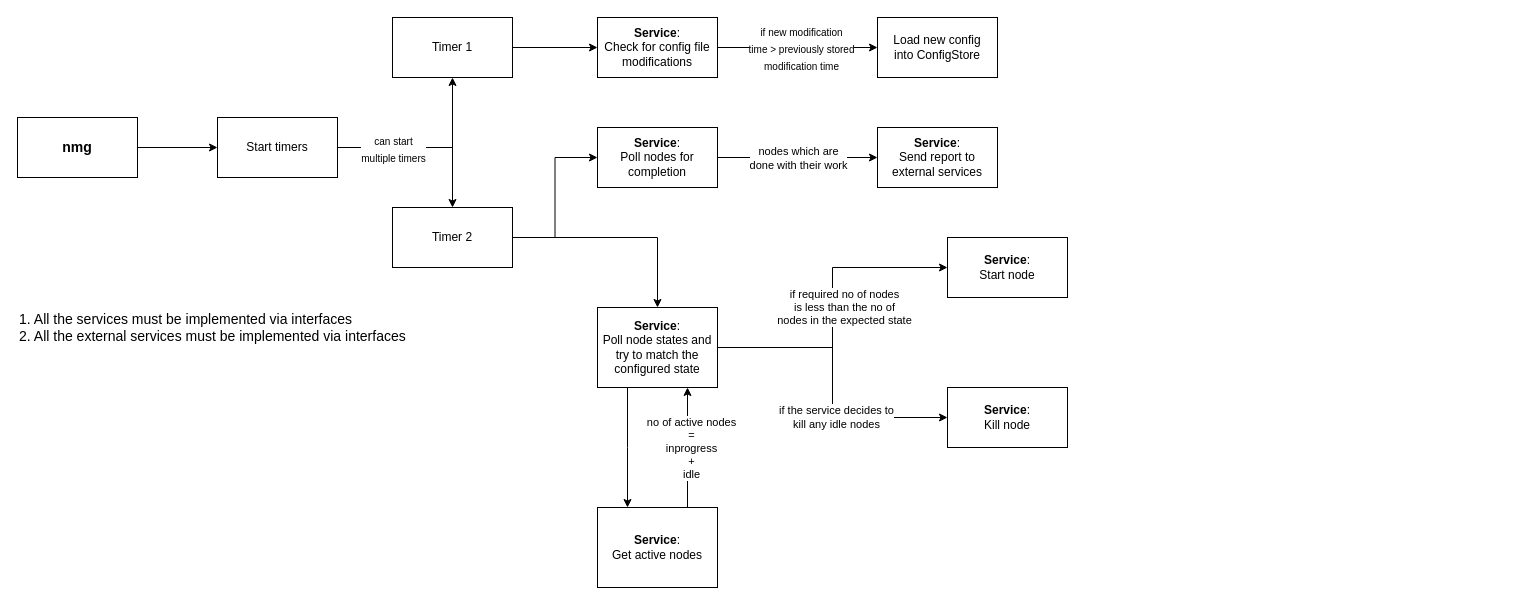
Above: page "Page-1" (1 of 2) of docs/node_manager.drawio in sazid/node_manager (draw.io), before the change. Source tidied: cells renumbered, new cells numbered last; positions are measured from the earlier drawing's top-left corner, leaving out a move shared by most shapes. Both pictures are drawn from the tidied source at 100%, with x=0, y=0 at pixel (17, 17).
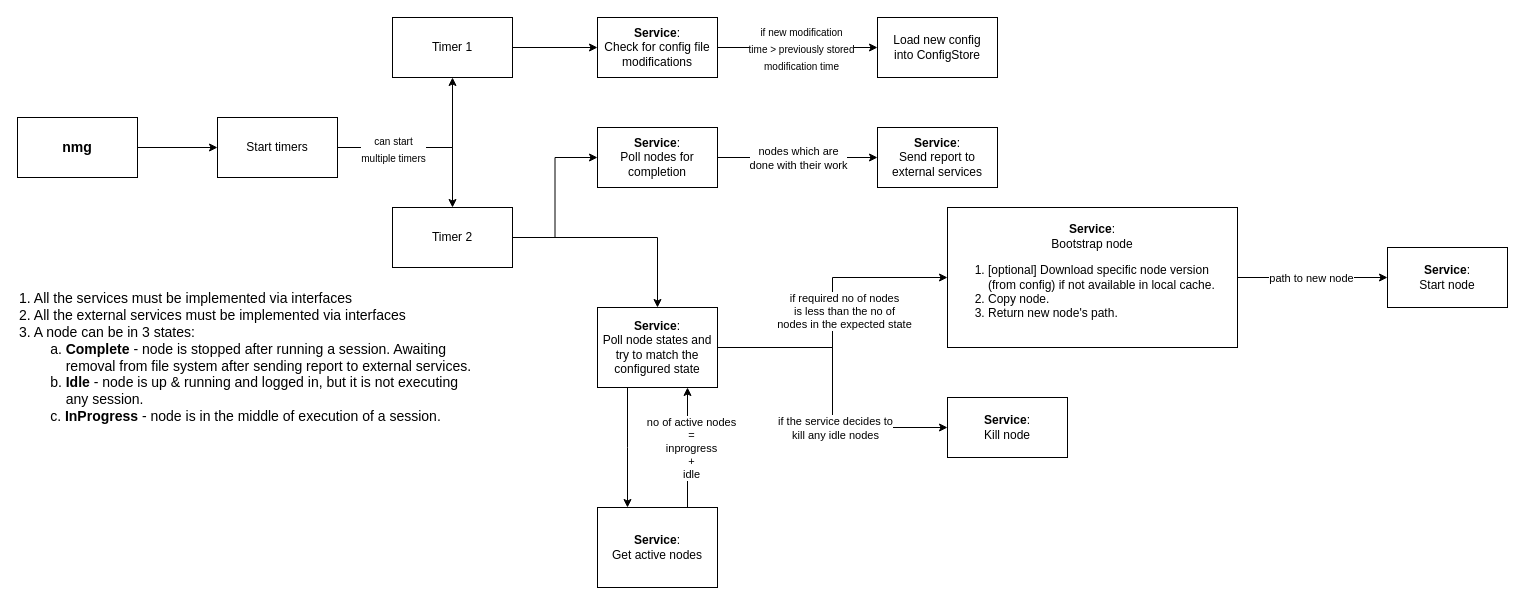
Above is the later version.

Commit message (it also covers changes not shown here):
add skeleton for two new services

Change to the diagram source:
```diff
@@
+    <mxCell id="33" style="edgeStyle=orthogonalEdgeStyle;rounded=0;jettySize=auto;html=1;" parent="1" edge="1" source="27" target="35">
+      <mxGeometry relative="1" as="geometry">
+        <Array as="points">
+          <mxPoint x="1140" y="260" />
+          <mxPoint x="1140" y="260" />
+        </Array>
+      </mxGeometry>
+    </mxCell>
+    <mxCell id="34" value="path to new node" style="edgeLabel;html=1;align=center;verticalAlign=middle;" parent="33" vertex="1">
+      <mxGeometry x="-0.28" y="2" relative="1" as="geometry">
+        <mxPoint x="19" y="2" as="offset" />
+      </mxGeometry>
+    </mxCell>
-    <mxCell id="27" value="&lt;b&gt;Service&lt;/b&gt;:&lt;br&gt;Start node" style="rounded=0;whiteSpace=wrap;html=1;" parent="1" vertex="1">
-      <mxGeometry x="930" y="220" width="120" height="60" as="geometry" />
+    <mxCell id="27" value="&lt;b&gt;Service&lt;/b&gt;:&lt;br&gt;Bootstrap node&lt;br&gt;&lt;div style=&quot;text-align: left&quot;&gt;&lt;ol&gt;&lt;li&gt;&lt;span&gt;[optional] Download specific node version (from config) if not available in local cache.&lt;/span&gt;&lt;/li&gt;&lt;li&gt;&lt;span&gt;Copy node.&lt;/span&gt;&lt;/li&gt;&lt;li&gt;&lt;span&gt;Return new node's path.&lt;/span&gt;&lt;/li&gt;&lt;/ol&gt;&lt;/div&gt;" style="rounded=0;whiteSpace=wrap;html=1;" parent="1" vertex="1">
+      <mxGeometry x="930" y="190" width="290" height="140" as="geometry" />
     </mxCell>
-    <mxCell id="28" value="1. All the services must be implemented via interfaces&lt;br&gt;2. All the external services must be implemented via interfaces" style="text;html=1;align=left;verticalAlign=middle;strokeColor=none;fontSize=14;" parent="1" vertex="1">
-      <mxGeometry y="290" width="400" height="40" as="geometry" />
+    <mxCell id="28" value="1. All the services must be implemented via interfaces&lt;br&gt;2. All the external services must be implemented via interfaces&lt;br&gt;3. A node can be in 3 states:&lt;br&gt;&lt;span style=&quot;white-space: pre&quot;&gt;&#9;&lt;/span&gt;a. &lt;b&gt;Complete&lt;/b&gt; - node is stopped after running a session. Awaiting&lt;br&gt;&lt;span style=&quot;white-space: pre&quot;&gt;&#9;&lt;/span&gt;&amp;nbsp; &amp;nbsp; removal from file system after sending report to external services.&lt;br&gt;&lt;span style=&quot;white-space: pre&quot;&gt;&#9;&lt;/span&gt;b. &lt;b&gt;Idle&lt;/b&gt; - node is up &amp;amp; running and logged in, but it is not executing&lt;br&gt;&lt;span style=&quot;white-space: pre&quot;&gt;&#9;&lt;/span&gt;&amp;nbsp; &amp;nbsp; any session.&lt;br&gt;&lt;span style=&quot;white-space: pre&quot;&gt;&#9;&lt;/span&gt;c. &lt;b&gt;InProgress&lt;/b&gt; - node is in the middle of execution of a session." style="text;html=1;align=left;verticalAlign=middle;strokeColor=none;fontSize=14;" parent="1" vertex="1">
+      <mxGeometry y="270" width="470" height="140" as="geometry" />
     </mxCell>
@@
     <mxCell id="32" value="&lt;b&gt;Service&lt;/b&gt;:&lt;br&gt;Kill node" style="rounded=0;whiteSpace=wrap;html=1;" parent="1" vertex="1">
-      <mxGeometry x="930" y="370" width="120" height="60" as="geometry" />
+      <mxGeometry x="930" y="380" width="120" height="60" as="geometry" />
     </mxCell>
+    <mxCell id="35" value="&lt;b&gt;Service&lt;/b&gt;:&lt;br&gt;Start node" style="rounded=0;whiteSpace=wrap;html=1;" parent="1" vertex="1">
+      <mxGeometry x="1370" y="230" width="120" height="60" as="geometry" />
+    </mxCell>
```
